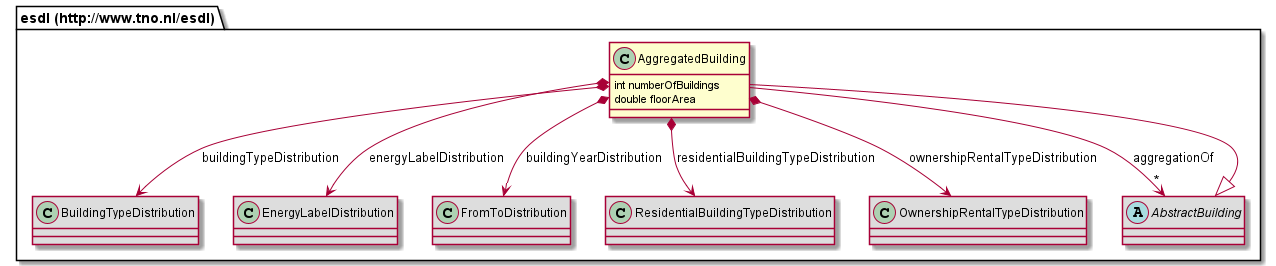
Earlier version of the PlantUML export 687474703a2f2f7777772e746e6f2e6e6c2f6573646c/AggregatedBuilding.png (EnergyTransition/energytransition.github.io).
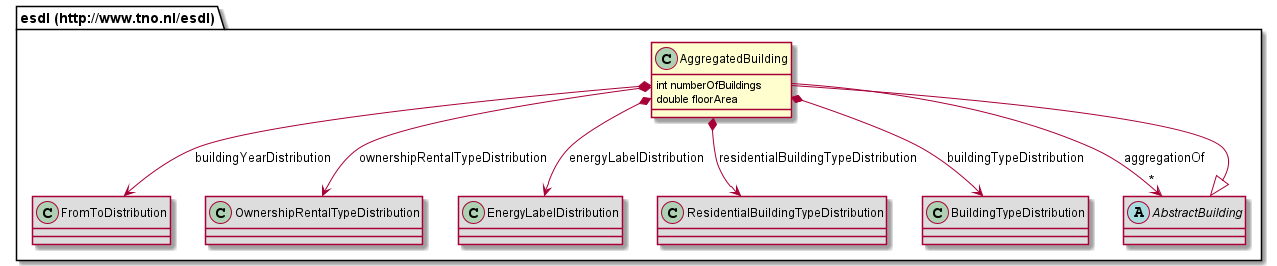
The same file after the commit.

Diff of the diagram source:
```diff
@@ -3,15 +3,15 @@
 	int numberOfBuildings
 	double floorArea
 }
-class "esdl (http://www.tno.nl/esdl).BuildingTypeDistribution" [[#router/doc-content/687474703a2f2f7777772e746e6f2e6e6c2f6573646c/BuildingTypeDistribution.html{Specifies the way the building type is distributed in this area (e.g. Utility, Residential), specifing the percentage of buildings per type.}]] #DDDDDD {
+class "esdl (http://www.tno.nl/esdl).FromToDistribution" [[#router/doc-content/687474703a2f2f7777772e746e6f2e6e6c2f6573646c/FromToDistribution.html{Defines a distribution in terms of ‘from’ and ‘to’}]] #DDDDDD {
+}
+class "esdl (http://www.tno.nl/esdl).OwnershipRentalTypeDistribution" [[#router/doc-content/687474703a2f2f7777772e746e6f2e6e6c2f6573646c/OwnershipRentalTypeDistribution.html{Specifies the way the housing type is distributed in this area (e.g. Owner occupied, Housing Association, Private Rental), specifing the percentage of buildings per housing type.}]] #DDDDDD {
 }
 class "esdl (http://www.tno.nl/esdl).EnergyLabelDistribution" [[#router/doc-content/687474703a2f2f7777772e746e6f2e6e6c2f6573646c/EnergyLabelDistribution.html{Defines a distribution in terms of energy labels}]] #DDDDDD {
 }
-class "esdl (http://www.tno.nl/esdl).FromToDistribution" [[#router/doc-content/687474703a2f2f7777772e746e6f2e6e6c2f6573646c/FromToDistribution.html{Defines a distribution in terms of ‘from’ and ‘to’}]] #DDDDDD {
-}
 class "esdl (http://www.tno.nl/esdl).ResidentialBuildingTypeDistribution" [[#router/doc-content/687474703a2f2f7777772e746e6f2e6e6c2f6573646c/ResidentialBuildingTypeDistribution.html{Specifies the way the residential building type is distributed in this area (e.g. Vrijstaande Woning, Hoekwoning, Flatwoning), specifing the percentage of buildings per residential type.}]] #DDDDDD {
 }
-class "esdl (http://www.tno.nl/esdl).OwnershipRentalTypeDistribution" [[#router/doc-content/687474703a2f2f7777772e746e6f2e6e6c2f6573646c/OwnershipRentalTypeDistribution.html{Specifies the way the housing type is distributed in this area (e.g. Owner occupied, Housing Association, Private Rental), specifing the percentage of buildings per housing type.}]] #DDDDDD {
+class "esdl (http://www.tno.nl/esdl).BuildingTypeDistribution" [[#router/doc-content/687474703a2f2f7777772e746e6f2e6e6c2f6573646c/BuildingTypeDistribution.html{Specifies the way the building type is distributed in this area (e.g. Utility, Residential), specifing the percentage of buildings per type.}]] #DDDDDD {
 }
 abstract class "esdl (http://www.tno.nl/esdl).AbstractBuilding" [[#router/doc-content/687474703a2f2f7777772e746e6f2e6e6c2f6573646c/AbstractBuilding.html{Describes the shared properties of building, building unit and aggregated building}]] #DDDDDD {
 }
```
